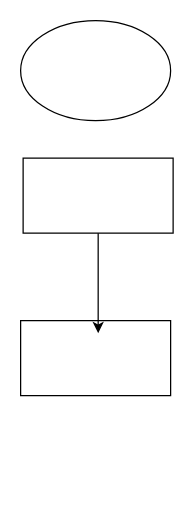
Guilherme22B/Group_by keeps this draw.io diagram as GroupBy.drawio. Above is the earlier version. Source tidied: cells renumbered, new cells numbered last; positions are measured from the earlier drawing's top-left corner, leaving out a move shared by most shapes. Both pictures are drawn from the tidied source at 125%, with x=0, y=0 at pixel (20, 20).
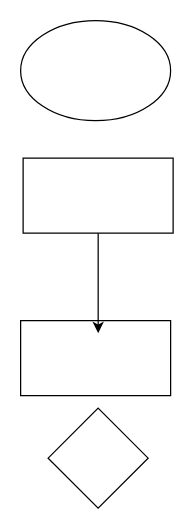
After the change.

Commit message:
coloquei um pentagono

Diff of the diagram source:
```diff
@@
 <mxGraphModel>
   <root>
     <mxCell id="0" />
     <mxCell id="1" parent="0" />
     <mxCell id="2" style="rounded=0;whiteSpace=wrap;html=1;" parent="1" vertex="1">
       <mxGeometry y="240" width="120" height="60" as="geometry" />
     </mxCell>
     <mxCell id="3" style="rounded=0;whiteSpace=wrap;html=1;" parent="1" vertex="1">
       <mxGeometry x="2" y="110" width="120" height="60" as="geometry" />
     </mxCell>
     <mxCell id="4" style="edgeStyle=orthogonalEdgeStyle;rounded=0;jettySize=auto;html=1;entryX=0.517;entryY=0.167;entryDx=0;entryDy=0;entryPerimeter=0;" parent="1" edge="1" source="3" target="2">
       <mxGeometry relative="1" as="geometry" />
     </mxCell>
     <mxCell id="5" style="ellipse;whiteSpace=wrap;html=1;" parent="1" vertex="1">
       <mxGeometry width="120" height="80" as="geometry" />
     </mxCell>
+    <mxCell id="6" style="rhombus;whiteSpace=wrap;html=1;" parent="1" vertex="1">
+      <mxGeometry x="22" y="310" width="80" height="80" as="geometry" />
+    </mxCell>
   </root>
 </mxGraphModel>
```
